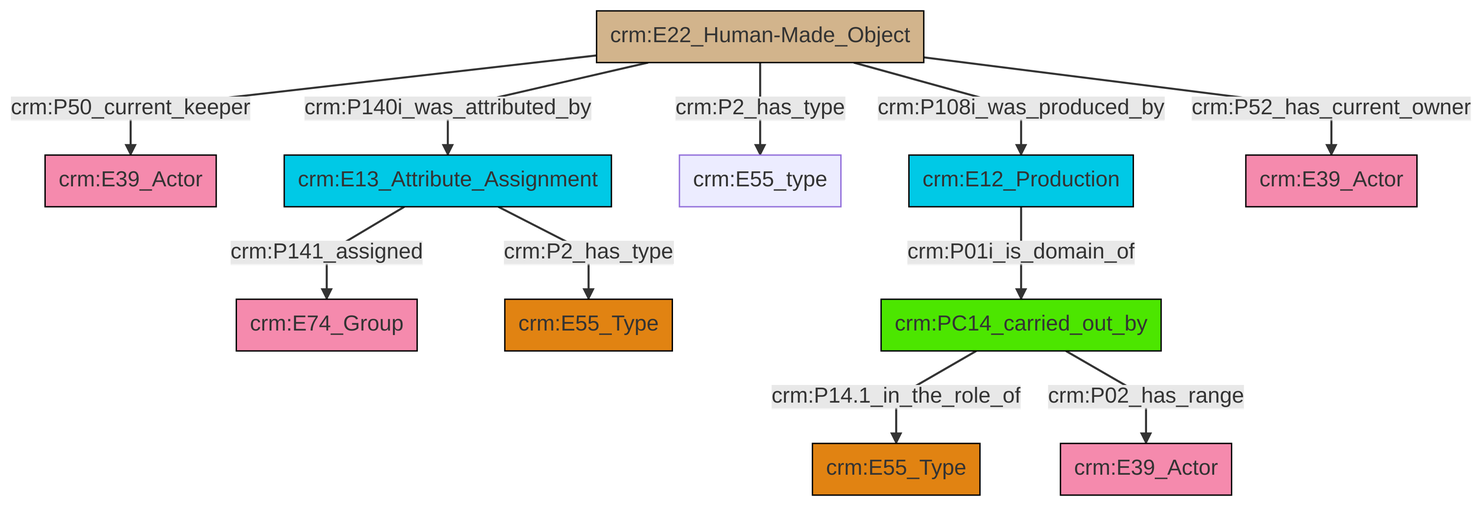
Before: et/artworkCSV/ttl/mmd/png/Artwork_Actor_Relations.png, a diagram exported from Mermaid (swiss-art-research-net/docs.swissartresearch). Its source is kept beside it as et/artworkCSV/ttl/mmd/Artwork_Actor_Relations.ttl.mmd.
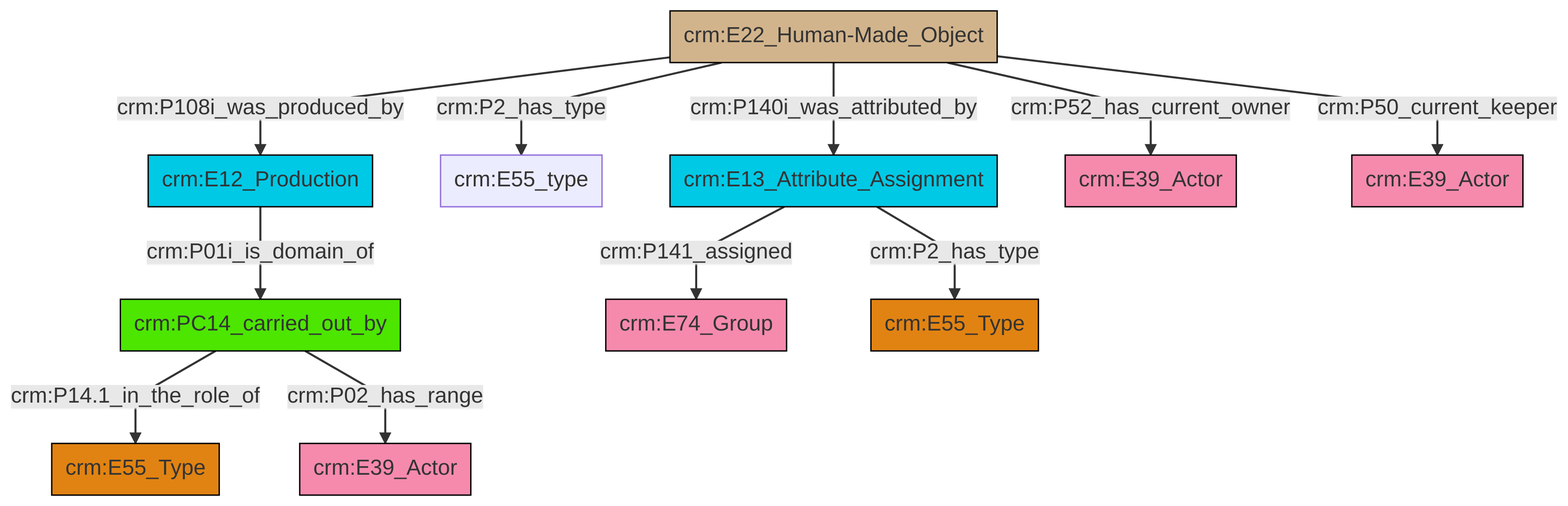
The same diagram one commit later.

Diff of the diagram source:
```diff
@@ -13,13 +13,13 @@
 classDef PC_Classes fill:#4ce600, stroke:#000000;
 classDef Multi fill:#cccccc,stroke:#000000;
 
-2["crm:E22_Human-Made_Object"]:::Physical_Thing -->|crm:P50_current_keeper| 3["crm:E39_Actor"]:::Actor
-8["crm:E13_Attribute_Assignment"]:::Temporal_Entity -->|crm:P141_assigned| 0["crm:E74_Group"]:::Actor
-9["crm:PC14_carried_out_by"]:::PC_Classes -->|crm:P14.1_in_the_role_of| 6["crm:E55_Type"]:::Type
-10["crm:E12_Production"]:::Temporal_Entity -->|crm:P01i_is_domain_of| 9["crm:PC14_carried_out_by"]:::PC_Classes
-2["crm:E22_Human-Made_Object"]:::Physical_Thing -->|crm:P140i_was_attributed_by| 8["crm:E13_Attribute_Assignment"]:::Temporal_Entity
-8["crm:E13_Attribute_Assignment"]:::Temporal_Entity -->|crm:P2_has_type| 13["crm:E55_Type"]:::Type
-2["crm:E22_Human-Made_Object"]:::Physical_Thing -->|crm:P2_has_type| 14["crm:E55_type"]:::Default
-2["crm:E22_Human-Made_Object"]:::Physical_Thing -->|crm:P108i_was_produced_by| 10["crm:E12_Production"]:::Temporal_Entity
-2["crm:E22_Human-Made_Object"]:::Physical_Thing -->|crm:P52_has_current_owner| 15["crm:E39_Actor"]:::Actor
-9["crm:PC14_carried_out_by"]:::PC_Classes -->|crm:P02_has_range| 4["crm:E39_Actor"]:::Actor
+2["crm:E22_Human-Made_Object"]:::Physical_Thing -->|crm:P108i_was_produced_by| 3["crm:E12_Production"]:::Temporal_Entity
+4["crm:PC14_carried_out_by"]:::PC_Classes -->|crm:P14.1_in_the_role_of| 5["crm:E55_Type"]:::Type
+2["crm:E22_Human-Made_Object"]:::Physical_Thing -->|crm:P2_has_type| 8["crm:E55_type"]:::Default
+9["crm:E13_Attribute_Assignment"]:::Temporal_Entity -->|crm:P141_assigned| 0["crm:E74_Group"]:::Actor
+2["crm:E22_Human-Made_Object"]:::Physical_Thing -->|crm:P140i_was_attributed_by| 9["crm:E13_Attribute_Assignment"]:::Temporal_Entity
+3["crm:E12_Production"]:::Temporal_Entity -->|crm:P01i_is_domain_of| 4["crm:PC14_carried_out_by"]:::PC_Classes
+9["crm:E13_Attribute_Assignment"]:::Temporal_Entity -->|crm:P2_has_type| 12["crm:E55_Type"]:::Type
+2["crm:E22_Human-Made_Object"]:::Physical_Thing -->|crm:P52_has_current_owner| 17["crm:E39_Actor"]:::Actor
+2["crm:E22_Human-Made_Object"]:::Physical_Thing -->|crm:P50_current_keeper| 18["crm:E39_Actor"]:::Actor
+4["crm:PC14_carried_out_by"]:::PC_Classes -->|crm:P02_has_range| 14["crm:E39_Actor"]:::Actor
```
